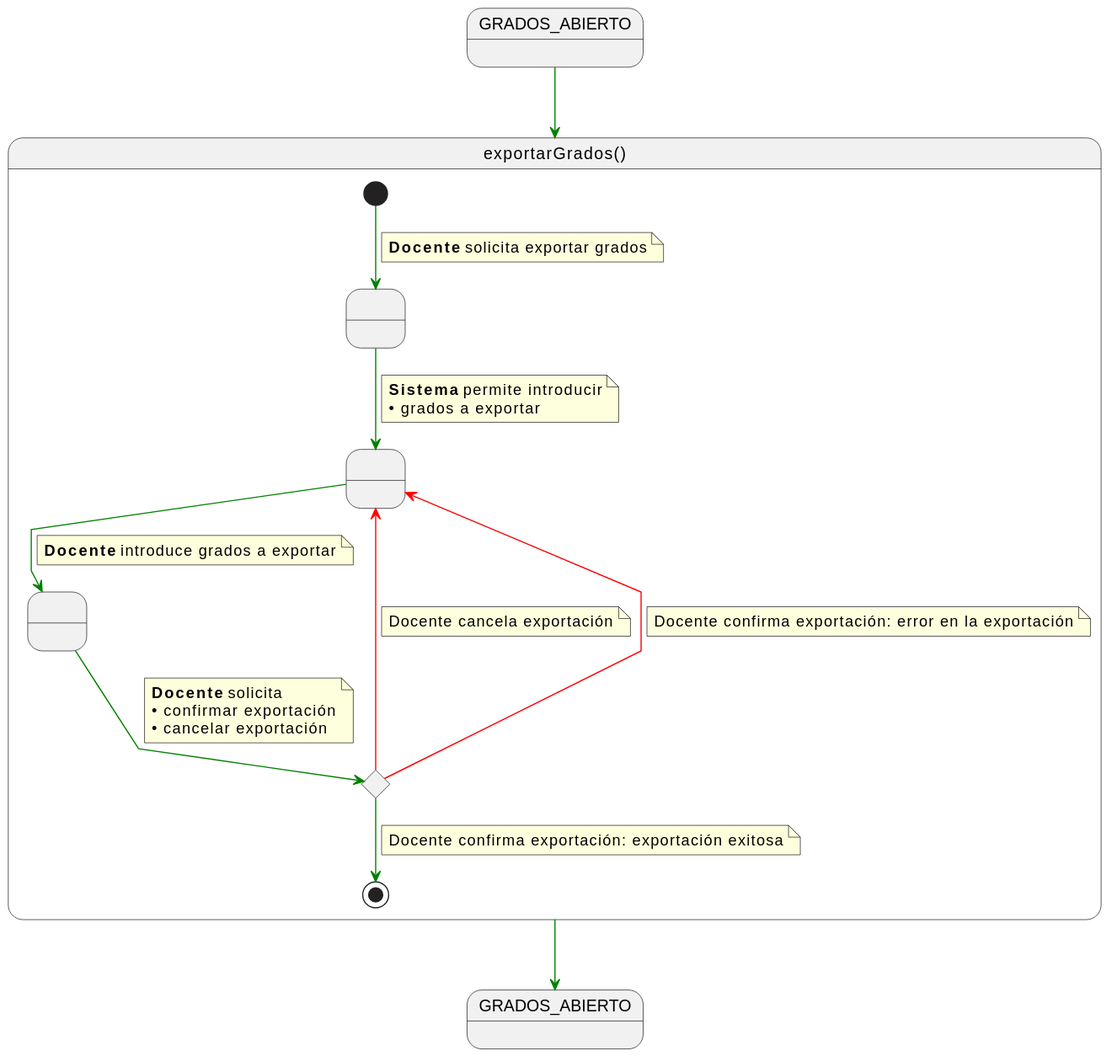
Above: documents/casos-de-uso/detalladoCasosDeUso/exportarGrados/exportarGrados.svg in martinlopez7/25-26-IdSw1-SdR (PlantUML), before the change. The source it was exported from:
```plantuml
@startuml
skinparam linetype polyline

state GRADOS_ABIERTO2 as "GRADOS_ABIERTO"

state exportarGrados as "exportarGrados()" {

    state " " as RequiringExport
    state " " as ProvidingGrados
    state " " as ProvidingConfirmation
    state c <<choice>>

    [*] -[#green]-> RequiringExport
    note on link
    <b>Docente</b> solicita exportar grados
    end note

    RequiringExport -[#green]-> ProvidingGrados
    note on link
    <b>Sistema</b> permite introducir
    • grados a exportar
    end note

    ProvidingGrados -[#green]-> ProvidingConfirmation
    note on link
    <b>Docente</b> introduce grados a exportar
    end note

    ProvidingConfirmation -[#green]-> c
    note on link
    <b>Docente</b> solicita
    • confirmar exportación
    • cancelar exportación
    end note

    c -[#red]-> ProvidingGrados
    note on link
    Docente cancela exportación
    end note

    c -[#red]-> ProvidingGrados
    note on link
    Docente confirma exportación: error en la exportación
    end note

    c -[#green]-> [*]
    note on link
    Docente confirma exportación: exportación exitosa
    end note
}

GRADOS_ABIERTO -[#green]-> exportarGrados
exportarGrados -[#green]-> GRADOS_ABIERTO2
@enduml
```
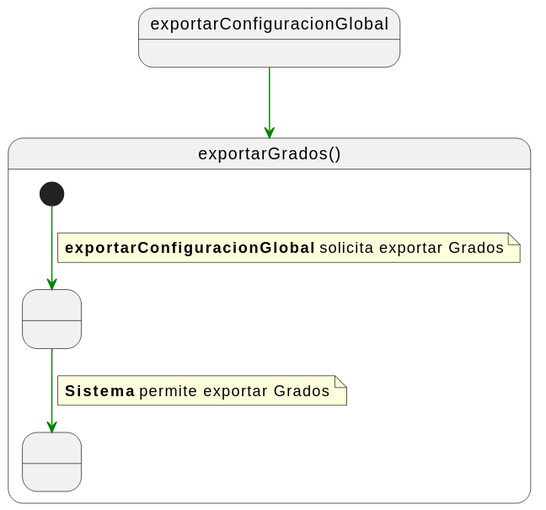
After the change.

What changed in the source:
```diff
@@ -1,54 +1,24 @@
 @startuml
 skinparam linetype polyline
 
-state GRADOS_ABIERTO2 as "GRADOS_ABIERTO"
+state exportarConfiguracionGlobal as "exportarConfiguracionGlobal"
 
 state exportarGrados as "exportarGrados()" {
 
     state " " as RequiringExport
     state " " as ProvidingGrados
-    state " " as ProvidingConfirmation
-    state c <<choice>>
 
     [*] -[#green]-> RequiringExport
     note on link
-    <b>Docente</b> solicita exportar grados
+    <b>exportarConfiguracionGlobal</b> solicita exportar Grados
     end note
 
     RequiringExport -[#green]-> ProvidingGrados
     note on link
-    <b>Sistema</b> permite introducir
-    • grados a exportar
+    <b>Sistema</b> permite exportar Grados
     end note
 
-    ProvidingGrados -[#green]-> ProvidingConfirmation
-    note on link
-    <b>Docente</b> introduce grados a exportar
-    end note
-
-    ProvidingConfirmation -[#green]-> c
-    note on link
-    <b>Docente</b> solicita
-    • confirmar exportación
-    • cancelar exportación
-    end note
-
-    c -[#red]-> ProvidingGrados
-    note on link
-    Docente cancela exportación
-    end note
-
-    c -[#red]-> ProvidingGrados
-    note on link
-    Docente confirma exportación: error en la exportación
-    end note
-
-    c -[#green]-> [*]
-    note on link
-    Docente confirma exportación: exportación exitosa
-    end note
 }
 
-GRADOS_ABIERTO -[#green]-> exportarGrados
-exportarGrados -[#green]-> GRADOS_ABIERTO2
+exportarConfiguracionGlobal -[#green]-> exportarGrados
 @enduml
```
